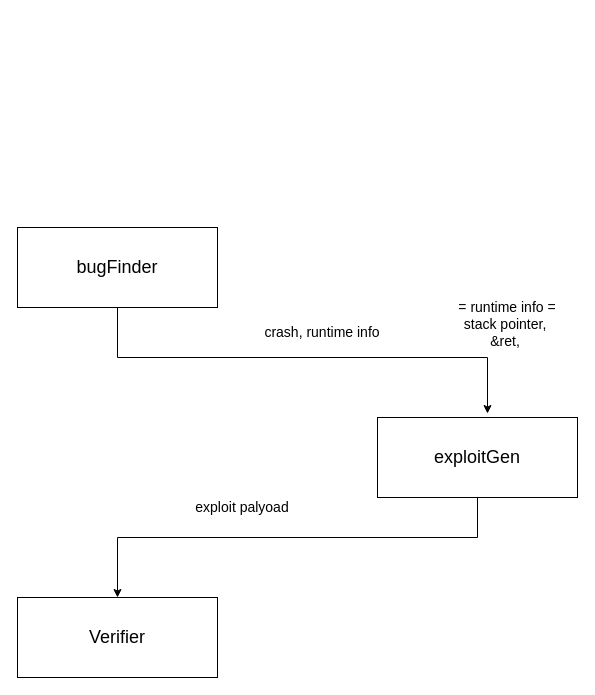
fr0g2s/simpleAEG keeps this draw.io diagram as v.0.1/simpleAEG.drawio. Above is the earlier version. Source tidied: cells renumbered, new cells numbered last; positions are measured from the earlier drawing's top-left corner, leaving out a move shared by most shapes. Both pictures are drawn from the tidied source at 100%, with x=0, y=0 at pixel (17, 227).
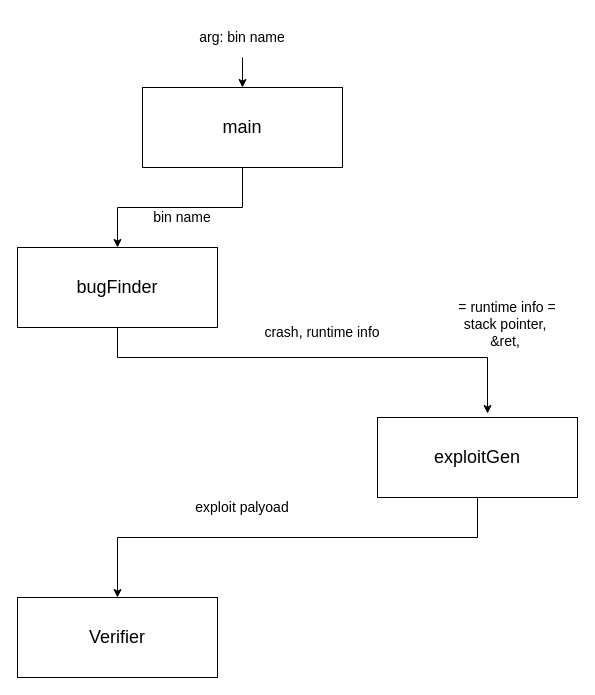
The same page after the edit.

The edit, as a diff of the source:
```diff
@@
 <mxGraphModel>
   <root>
     <mxCell id="0" />
     <mxCell id="1" parent="0" />
     <mxCell id="2" style="edgeStyle=orthogonalEdgeStyle;rounded=0;jettySize=auto;html=1;" parent="1" edge="1" source="3">
       <mxGeometry relative="1" as="geometry">
         <mxPoint x="470" y="186" as="targetPoint" />
         <Array as="points">
           <mxPoint x="100" y="130" />
           <mxPoint x="470" y="130" />
         </Array>
       </mxGeometry>
     </mxCell>
     <mxCell id="3" value="&lt;font style=&quot;font-size: 18px&quot;&gt;bugFinder&lt;/font&gt;" style="rounded=0;whiteSpace=wrap;html=1;" parent="1" vertex="1">
-      <mxGeometry width="200" height="80" as="geometry" />
+      <mxGeometry y="20" width="200" height="80" as="geometry" />
     </mxCell>
     <mxCell id="4" style="edgeStyle=orthogonalEdgeStyle;rounded=0;jettySize=auto;html=1;entryX=0.5;entryY=0;entryDx=0;entryDy=0;" parent="1" edge="1" source="5" target="8">
       <mxGeometry relative="1" as="geometry">
         <Array as="points">
           <mxPoint x="460" y="310" />
           <mxPoint x="100" y="310" />
         </Array>
       </mxGeometry>
     </mxCell>
     <mxCell id="5" value="&lt;span style=&quot;font-size: 18px&quot;&gt;exploitGen&lt;/span&gt;" style="rounded=0;whiteSpace=wrap;html=1;" parent="1" vertex="1">
       <mxGeometry x="360" y="190" width="200" height="80" as="geometry" />
     </mxCell>
     <mxCell id="6" value="&lt;font style=&quot;font-size: 14px&quot;&gt;crash, runtime info&lt;br&gt;&lt;/font&gt;" style="text;html=1;strokeColor=none;fillColor=none;align=center;verticalAlign=middle;whiteSpace=wrap;rounded=0;" parent="1" vertex="1">
       <mxGeometry x="240" y="85" width="130" height="40" as="geometry" />
     </mxCell>
     <mxCell id="7" value="&lt;font style=&quot;font-size: 14px&quot;&gt;= runtime info =&lt;br&gt;stack pointer,&amp;nbsp;&lt;br&gt;&amp;amp;ret,&amp;nbsp;&lt;br&gt;&lt;br&gt;&lt;/font&gt;" style="text;html=1;strokeColor=none;fillColor=none;align=center;verticalAlign=middle;whiteSpace=wrap;rounded=0;" parent="1" vertex="1">
       <mxGeometry x="430" y="60" width="120" height="90" as="geometry" />
     </mxCell>
     <mxCell id="8" value="&lt;span style=&quot;font-size: 18px&quot;&gt;Verifier&lt;/span&gt;" style="rounded=0;whiteSpace=wrap;html=1;" parent="1" vertex="1">
       <mxGeometry y="370" width="200" height="80" as="geometry" />
     </mxCell>
     <mxCell id="9" value="&lt;font style=&quot;font-size: 14px&quot;&gt;exploit palyoad&lt;br&gt;&lt;/font&gt;" style="text;html=1;strokeColor=none;fillColor=none;align=center;verticalAlign=middle;whiteSpace=wrap;rounded=0;" parent="1" vertex="1">
       <mxGeometry x="150" y="250" width="150" height="60" as="geometry" />
     </mxCell>
+    <mxCell id="10" style="edgeStyle=orthogonalEdgeStyle;rounded=0;jettySize=auto;html=1;entryX=0.5;entryY=0;entryDx=0;entryDy=0;" parent="1" edge="1" source="11" target="3">
+      <mxGeometry relative="1" as="geometry" />
+    </mxCell>
+    <mxCell id="11" value="&lt;font style=&quot;font-size: 18px&quot;&gt;main&lt;/font&gt;" style="rounded=0;whiteSpace=wrap;html=1;" parent="1" vertex="1">
+      <mxGeometry x="125" y="-140" width="200" height="80" as="geometry" />
+    </mxCell>
+    <mxCell id="12" style="edgeStyle=orthogonalEdgeStyle;rounded=0;jettySize=auto;html=1;entryX=0.5;entryY=0;entryDx=0;entryDy=0;" parent="1" edge="1" source="13" target="11">
+      <mxGeometry relative="1" as="geometry" />
+    </mxCell>
+    <mxCell id="13" value="&lt;font style=&quot;font-size: 14px&quot;&gt;arg: bin name&lt;/font&gt;" style="text;html=1;strokeColor=none;fillColor=none;align=center;verticalAlign=middle;whiteSpace=wrap;rounded=0;" parent="1" vertex="1">
+      <mxGeometry x="145" y="-210" width="160" height="40" as="geometry" />
+    </mxCell>
+    <mxCell id="14" value="&lt;font style=&quot;font-size: 14px&quot;&gt;bin name&lt;/font&gt;" style="text;html=1;strokeColor=none;fillColor=none;align=center;verticalAlign=middle;whiteSpace=wrap;rounded=0;" parent="1" vertex="1">
+      <mxGeometry x="110" y="-30" width="110" height="40" as="geometry" />
+    </mxCell>
   </root>
 </mxGraphModel>
```
